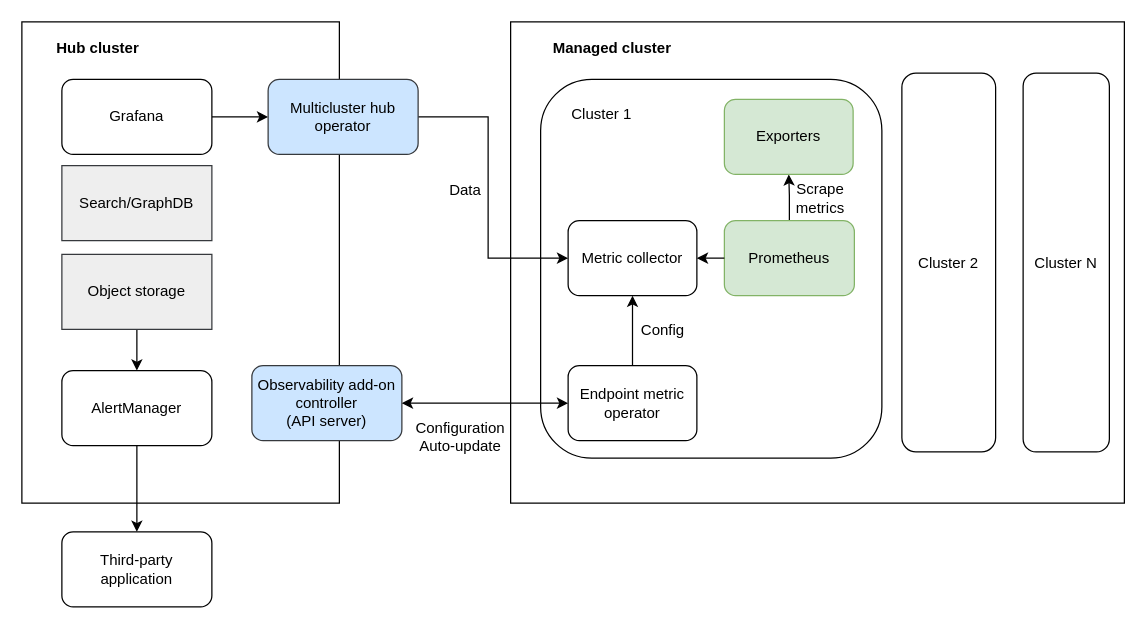
XuanNgo0801/openshift-practice keeps this draw.io diagram as Kiến trúc Observability.drawio. Above is the earlier version. Source tidied: cells renumbered, new cells numbered last; positions are measured from the earlier drawing's top-left corner, leaving out a move shared by most shapes. Both pictures are drawn from the tidied source at 125%, with x=0, y=0 at pixel (21, 21).
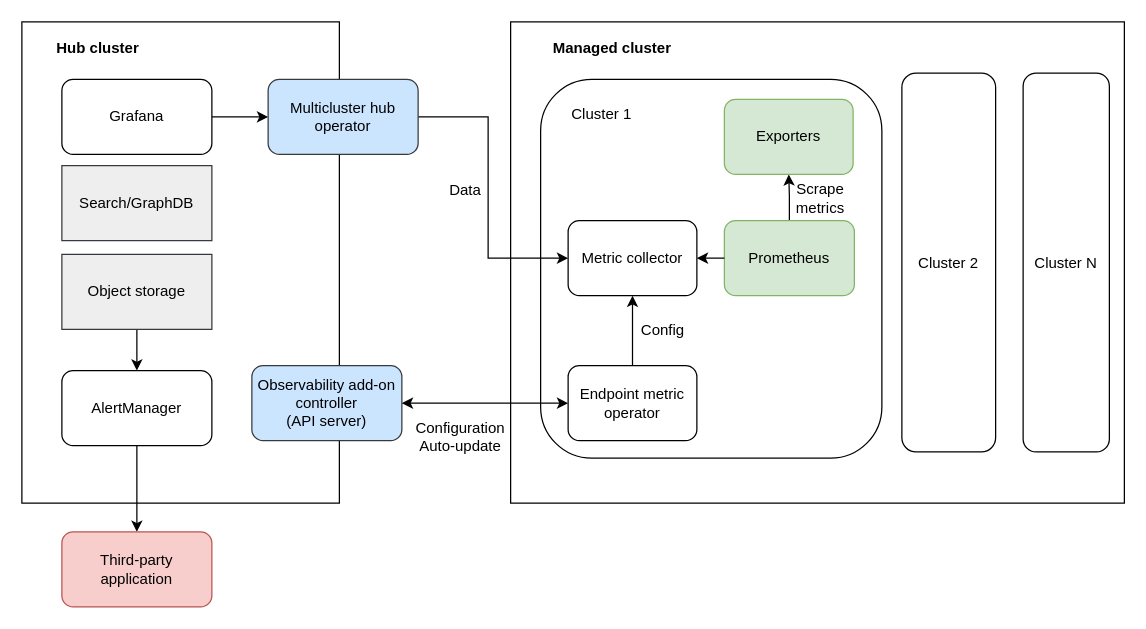
Above is the later version.

Commit message (it also covers changes not shown here):
Cập nhật Kiến trúc Observability.drawio

What changed in the source:
```diff
@@
-    <mxCell id="22" value="Third-party application" style="rounded=1;whiteSpace=wrap;html=1;" parent="1" vertex="1">
+    <mxCell id="22" value="Third-party application" style="rounded=1;whiteSpace=wrap;html=1;fillColor=#f8cecc;strokeColor=#b85450;" parent="1" vertex="1">
       <mxGeometry x="32" y="408" width="120" height="60" as="geometry" />
     </mxCell>
```
